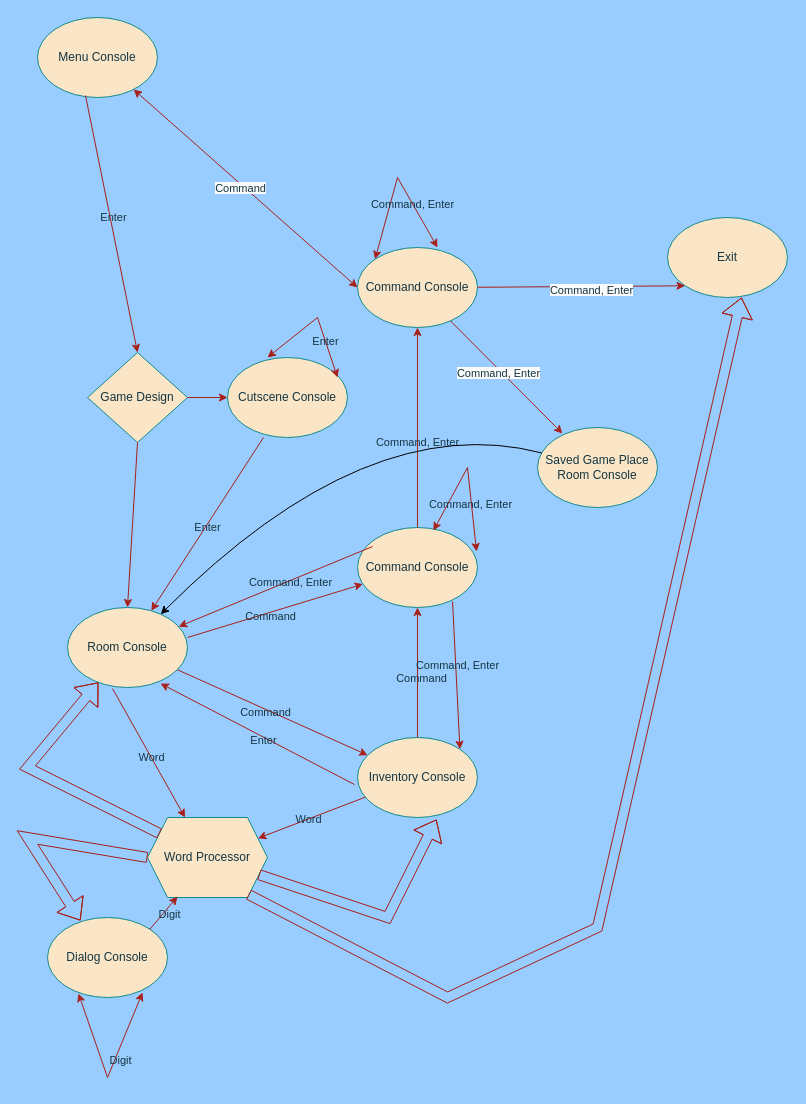
fitincontact/ifengine keeps this draw.io diagram as docs/img/Console.drawio. Above is the earlier version. Source tidied: cells renumbered, new cells numbered last; positions are measured from the earlier drawing's top-left corner, leaving out a move shared by most shapes. Both pictures are drawn from the tidied source at 100%, with x=0, y=0 at pixel (27, 17).
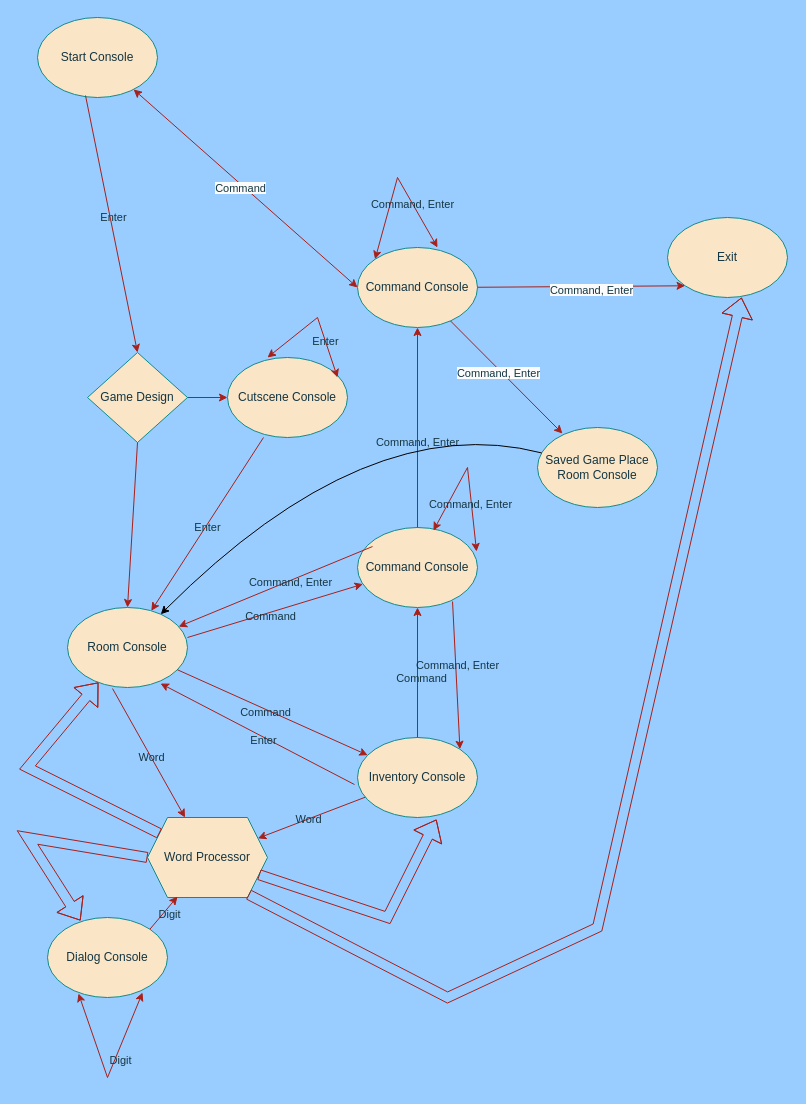
The same diagram, later.

Diff of the diagram source:
```diff
@@
-    <mxCell id="2" value="Menu Console" style="ellipse;whiteSpace=wrap;html=1;labelBackgroundColor=none;fillColor=#FAE5C7;strokeColor=#0F8B8D;fontColor=#143642;" parent="1" vertex="1">
+    <mxCell id="2" value="Start Console" style="ellipse;whiteSpace=wrap;html=1;labelBackgroundColor=none;fillColor=#FAE5C7;strokeColor=#0F8B8D;fontColor=#143642;" parent="1" vertex="1">
       <mxGeometry x="10" width="120" height="80" as="geometry" />
     </mxCell>
```
